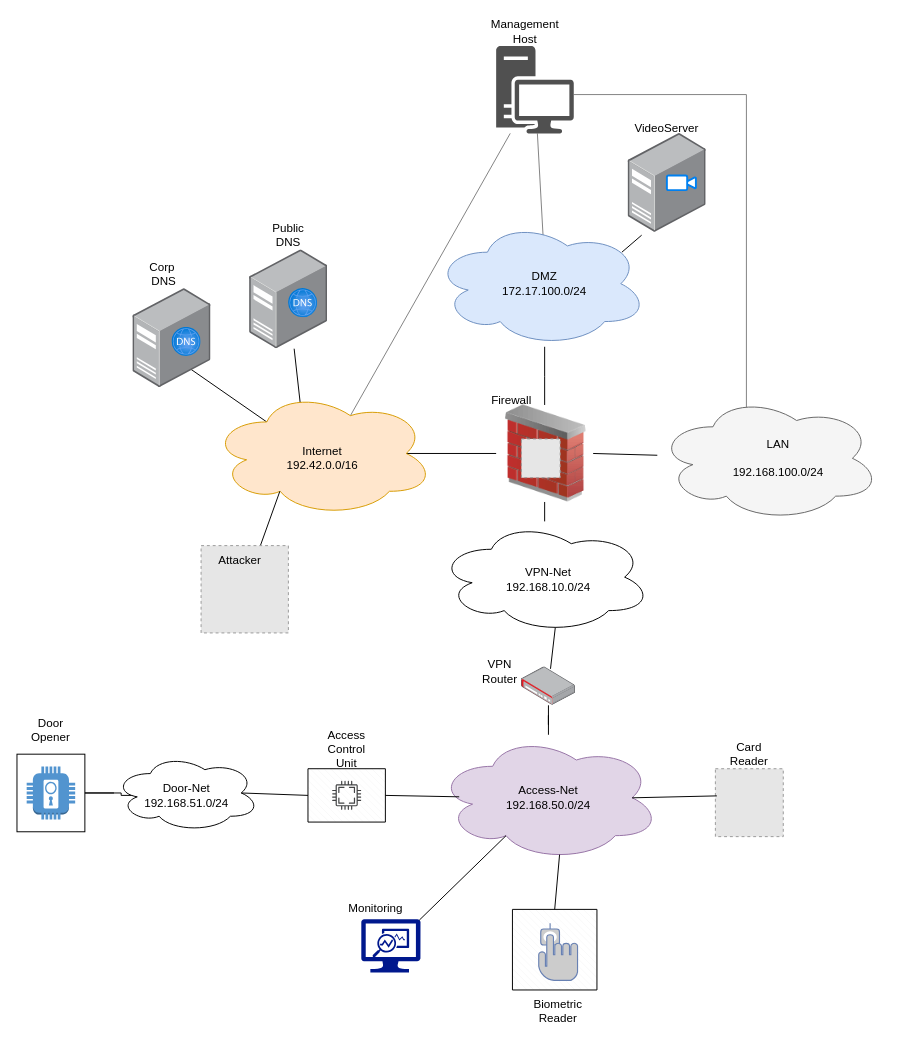
The draw.io diagram docs/images/AECID-Testbed-DoorAccess.drawio in ait-testbed/attackbed, before the edit. Source tidied: cells renumbered, new cells numbered last; positions are measured from the earlier drawing's top-left corner, leaving out a move shared by most shapes. Both pictures are drawn from the tidied source at 97%, with x=0, y=0 at pixel (16, 16). Pictures stored in the file or linked from it are replaced by grey dashed boxes.
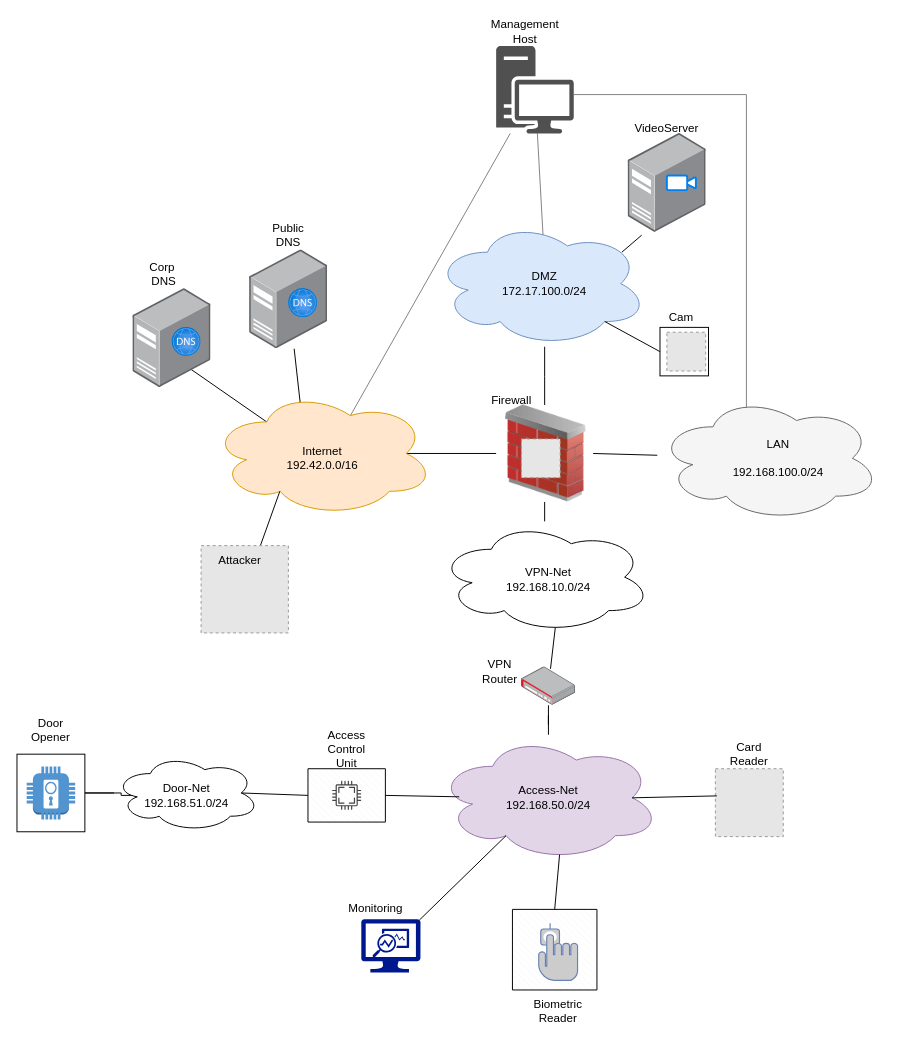
After the change.

Commit message (it also covers changes not shown here):
added schema for door-access

The change refers to these unchanged cells:
```xml
<mxCell id="15" style="ellipse;shape=cloud;whiteSpace=wrap;html=1;fillColor=#dae8fc;strokeColor=#6c8ebf;" parent="1" vertex="1">
  <mxGeometry x="430" y="210" width="220" height="130" as="geometry" />
</mxCell>
```

Diff of the diagram source:
```diff
@@
+    <mxCell id="67" style="whiteSpace=wrap;html=1;" parent="1" vertex="1">
+      <mxGeometry x="662.9" y="320" width="50" height="50" as="geometry" />
+    </mxCell>
+    <mxCell id="68" style="rounded=0;jettySize=auto;html=1;exitX=0;exitY=0.5;exitDx=0;exitDy=0;entryX=0.8;entryY=0.8;entryDx=0;entryDy=0;entryPerimeter=0;endArrow=none;endFill=0;" parent="1" edge="1" source="67" target="15">
+      <mxGeometry relative="1" as="geometry" />
+    </mxCell>
+    <mxCell id="69" value="Cam" style="text;strokeColor=none;align=center;fillColor=none;html=1;verticalAlign=middle;whiteSpace=wrap;rounded=0;" parent="1" vertex="1">
+      <mxGeometry x="655" y="295" width="60" height="30" as="geometry" />
+    </mxCell>
+    <mxCell id="70" style="fillColor=#E6E6E6;strokeColor=#999999;dashed=1;html=1;verticalAlign=top;verticalLabelPosition=bottom;labelBackgroundColor=#ffffff;" parent="1" vertex="1">
+      <mxGeometry x="670" y="325" width="40" height="40" as="geometry" />
+    </mxCell>
```
